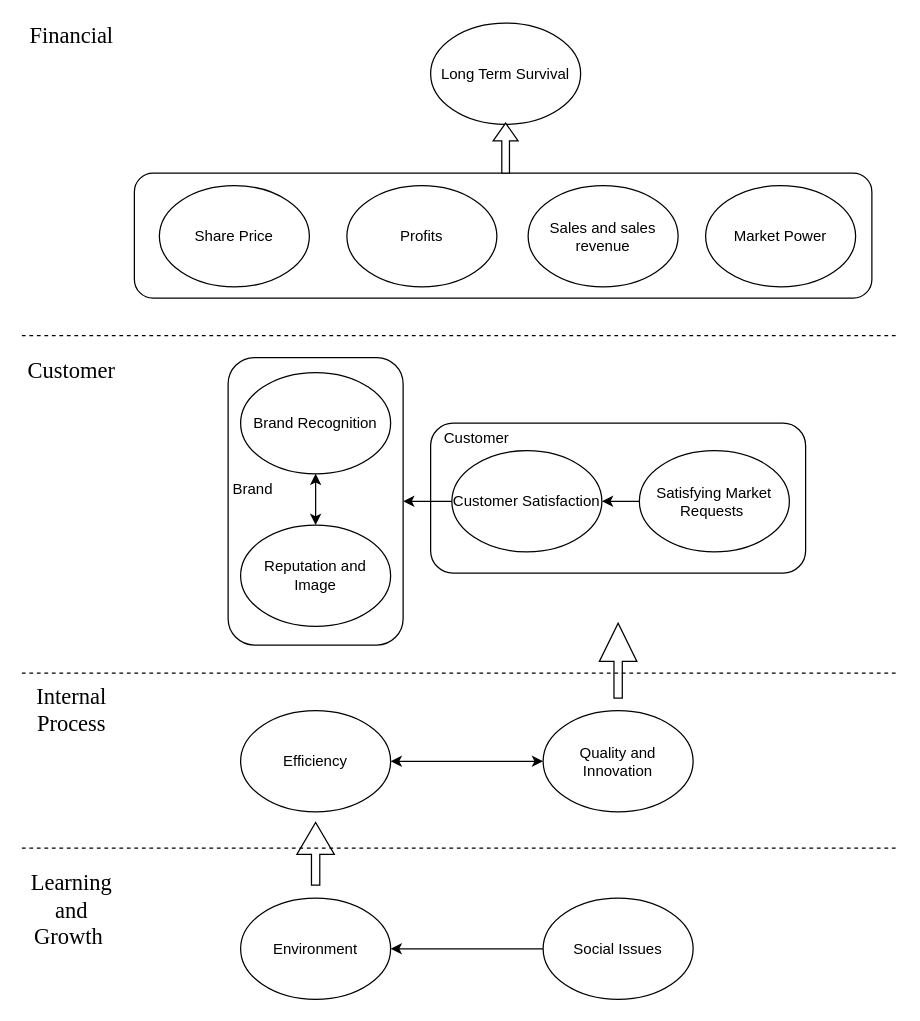
jetorz/diagrams keeps this draw.io diagram as Case2.drawio. Above is the earlier version. Source tidied: cells renumbered, new cells numbered last; positions are measured from the earlier drawing's top-left corner, leaving out a move shared by most shapes. Both pictures are drawn from the tidied source at 125%, with x=0, y=0 at pixel (21, 22).
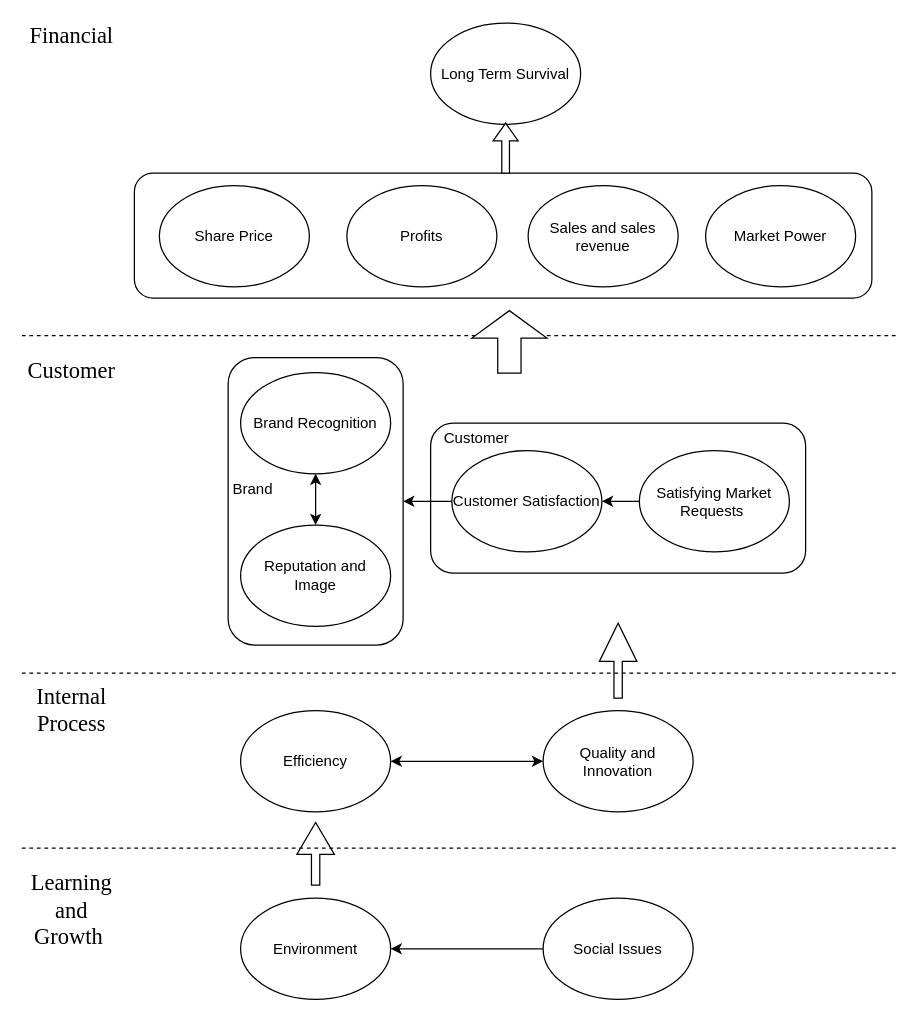
Above is the later version.

Diff of the diagram source:
```diff
@@
+    <mxCell id="35" style="shape=singleArrow;direction=north;whiteSpace=wrap;html=1;arrowWidth=0.3111103360615099;arrowSize=0.43904802594865944;" parent="1" vertex="1">
+      <mxGeometry x="360" y="230" width="60" height="50" as="geometry" />
+    </mxCell>
```
